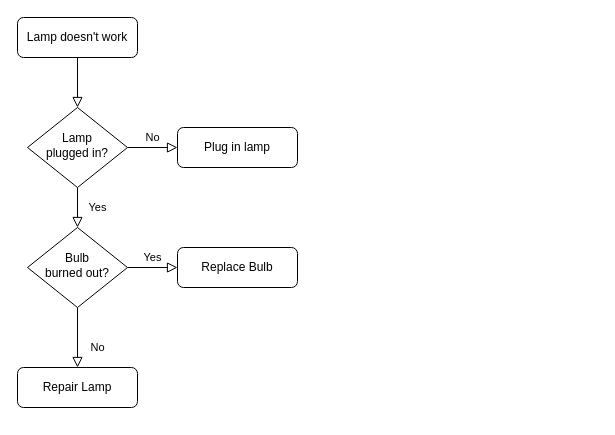
ZestyBuddha/hello-world keeps this draw.io diagram as Hangman.drawio. Above is the earlier version. Source tidied: cells renumbered, new cells numbered last; positions are measured from the earlier drawing's top-left corner, leaving out a move shared by most shapes. Both pictures are drawn from the tidied source at 100%, with x=0, y=0 at pixel (17, 17).
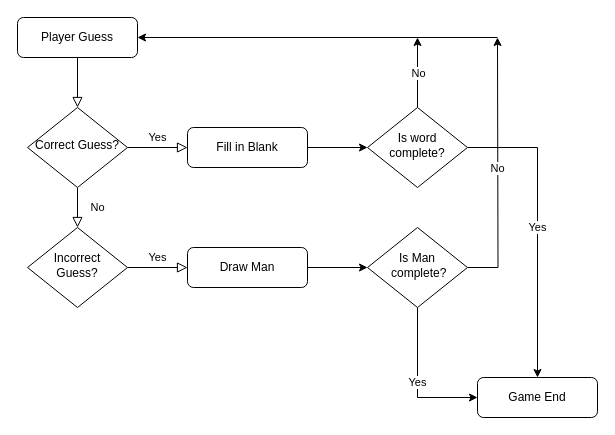
After the change.

Diff of the diagram source:
```diff
@@
-    <mxCell id="3" value="Lamp doesn't work" style="rounded=1;whiteSpace=wrap;html=1;fontSize=12;glass=0;strokeWidth=1;shadow=0;" parent="1" vertex="1">
+    <mxCell id="3" value="Player Guess" style="rounded=1;whiteSpace=wrap;html=1;fontSize=12;glass=0;strokeWidth=1;shadow=0;" parent="1" vertex="1">
       <mxGeometry width="120" height="40" as="geometry" />
     </mxCell>
-    <mxCell id="4" value="Yes" style="rounded=0;html=1;jettySize=auto;fontSize=11;endArrow=block;endFill=0;endSize=8;strokeWidth=1;shadow=0;labelBackgroundColor=none;edgeStyle=orthogonalEdgeStyle;" parent="1" edge="1" source="6" target="10">
+    <mxCell id="4" value="No" style="rounded=0;html=1;jettySize=auto;fontSize=11;endArrow=block;endFill=0;endSize=8;strokeWidth=1;shadow=0;labelBackgroundColor=none;edgeStyle=orthogonalEdgeStyle;" parent="1" edge="1" source="6" target="10">
       <mxGeometry y="20" relative="1" as="geometry" />
     </mxCell>
-    <mxCell id="5" value="No" style="edgeStyle=orthogonalEdgeStyle;rounded=0;html=1;jettySize=auto;fontSize=11;endArrow=block;endFill=0;endSize=8;strokeWidth=1;shadow=0;labelBackgroundColor=none;" parent="1" edge="1" source="6" target="7">
+    <mxCell id="5" value="Yes" style="edgeStyle=orthogonalEdgeStyle;rounded=0;html=1;jettySize=auto;fontSize=11;endArrow=block;endFill=0;endSize=8;strokeWidth=1;shadow=0;labelBackgroundColor=none;" parent="1" edge="1" source="6" target="7">
       <mxGeometry y="10" relative="1" as="geometry" />
     </mxCell>
-    <mxCell id="6" value="Lamp&lt;br&gt;plugged in?" style="rhombus;whiteSpace=wrap;html=1;shadow=0;fontFamily=Helvetica;fontSize=12;align=center;strokeWidth=1;spacing=6;spacingTop=-4;" parent="1" vertex="1">
+    <mxCell id="6" value="Correct Guess?" style="rhombus;whiteSpace=wrap;html=1;shadow=0;fontFamily=Helvetica;fontSize=12;align=center;strokeWidth=1;spacing=6;spacingTop=-4;" parent="1" vertex="1">
       <mxGeometry x="10" y="90" width="100" height="80" as="geometry" />
     </mxCell>
-    <mxCell id="7" value="Plug in lamp" style="rounded=1;whiteSpace=wrap;html=1;fontSize=12;glass=0;strokeWidth=1;shadow=0;" parent="1" vertex="1">
-      <mxGeometry x="160" y="110" width="120" height="40" as="geometry" />
+    <mxCell id="7" value="Fill in Blank" style="rounded=1;whiteSpace=wrap;html=1;fontSize=12;glass=0;strokeWidth=1;shadow=0;" parent="1" vertex="1">
+      <mxGeometry x="170" y="110" width="120" height="40" as="geometry" />
     </mxCell>
-    <mxCell id="8" value="No" style="rounded=0;html=1;jettySize=auto;fontSize=11;endArrow=block;endFill=0;endSize=8;strokeWidth=1;shadow=0;labelBackgroundColor=none;edgeStyle=orthogonalEdgeStyle;" parent="1" edge="1" source="10" target="11">
-      <mxGeometry x="0.33" y="20" relative="1" as="geometry" />
-    </mxCell>
@@
-    <mxCell id="10" value="Bulb&lt;br&gt;burned out?" style="rhombus;whiteSpace=wrap;html=1;shadow=0;fontFamily=Helvetica;fontSize=12;align=center;strokeWidth=1;spacing=6;spacingTop=-4;" parent="1" vertex="1">
+    <mxCell id="10" value="Incorrect Guess?" style="rhombus;whiteSpace=wrap;html=1;shadow=0;fontFamily=Helvetica;fontSize=12;align=center;strokeWidth=1;spacing=6;spacingTop=-4;" parent="1" vertex="1">
       <mxGeometry x="10" y="210" width="100" height="80" as="geometry" />
     </mxCell>
-    <mxCell id="11" value="Repair Lamp" style="rounded=1;whiteSpace=wrap;html=1;fontSize=12;glass=0;strokeWidth=1;shadow=0;" parent="1" vertex="1">
-      <mxGeometry y="350" width="120" height="40" as="geometry" />
+    <mxCell id="11" value="Game End" style="rounded=1;whiteSpace=wrap;html=1;fontSize=12;glass=0;strokeWidth=1;shadow=0;" parent="1" vertex="1">
+      <mxGeometry x="460" y="360" width="120" height="40" as="geometry" />
     </mxCell>
-    <mxCell id="12" value="Replace Bulb" style="rounded=1;whiteSpace=wrap;html=1;fontSize=12;glass=0;strokeWidth=1;shadow=0;" parent="1" vertex="1">
-      <mxGeometry x="160" y="230" width="120" height="40" as="geometry" />
+    <mxCell id="12" value="Draw Man" style="rounded=1;whiteSpace=wrap;html=1;fontSize=12;glass=0;strokeWidth=1;shadow=0;" parent="1" vertex="1">
+      <mxGeometry x="170" y="230" width="120" height="40" as="geometry" />
     </mxCell>
+    <mxCell id="13" value="Yes" style="edgeStyle=orthogonalEdgeStyle;rounded=0;jettySize=auto;html=1;exitX=1;exitY=0.5;exitDx=0;exitDy=0;entryX=0.5;entryY=0;entryDx=0;entryDy=0;" parent="1" edge="1" source="15" target="11">
+      <mxGeometry relative="1" as="geometry" />
+    </mxCell>
+    <mxCell id="14" value="No" style="edgeStyle=orthogonalEdgeStyle;rounded=0;jettySize=auto;html=1;exitX=0.5;exitY=0;exitDx=0;exitDy=0;" parent="1" edge="1" source="15">
+      <mxGeometry relative="1" as="geometry">
+        <mxPoint x="400" y="20" as="targetPoint" />
+      </mxGeometry>
+    </mxCell>
+    <mxCell id="15" value="Is word complete?" style="rhombus;whiteSpace=wrap;html=1;shadow=0;fontFamily=Helvetica;fontSize=12;align=center;strokeWidth=1;spacing=6;spacingTop=-4;" parent="1" vertex="1">
+      <mxGeometry x="350" y="90" width="100" height="80" as="geometry" />
+    </mxCell>
+    <mxCell id="16" value="No" style="edgeStyle=orthogonalEdgeStyle;rounded=0;jettySize=auto;html=1;exitX=1;exitY=0.5;exitDx=0;exitDy=0;" parent="1" edge="1" source="18">
+      <mxGeometry relative="1" as="geometry">
+        <mxPoint x="480" y="20" as="targetPoint" />
+      </mxGeometry>
+    </mxCell>
+    <mxCell id="17" value="Yes" style="edgeStyle=orthogonalEdgeStyle;rounded=0;jettySize=auto;html=1;exitX=0.5;exitY=1;exitDx=0;exitDy=0;entryX=0;entryY=0.5;entryDx=0;entryDy=0;" parent="1" edge="1" source="18" target="11">
+      <mxGeometry relative="1" as="geometry" />
+    </mxCell>
+    <mxCell id="18" value="Is Man &amp;nbsp;complete?" style="rhombus;whiteSpace=wrap;html=1;shadow=0;fontFamily=Helvetica;fontSize=12;align=center;strokeWidth=1;spacing=6;spacingTop=-4;" parent="1" vertex="1">
+      <mxGeometry x="350" y="210" width="100" height="80" as="geometry" />
+    </mxCell>
+    <mxCell id="19" style="endArrow=classic;html=1;rounded=0;entryX=0;entryY=0.5;entryDx=0;entryDy=0;exitX=1;exitY=0.5;exitDx=0;exitDy=0;" parent="1" edge="1" source="12" target="18">
+      <mxGeometry relative="1" as="geometry" />
+    </mxCell>
+    <mxCell id="20" style="endArrow=classic;html=1;rounded=0;entryX=0;entryY=0.5;entryDx=0;entryDy=0;exitX=1;exitY=0.5;exitDx=0;exitDy=0;" parent="1" edge="1" source="7" target="15">
+      <mxGeometry relative="1" as="geometry" />
+    </mxCell>
+    <mxCell id="21" style="endArrow=classic;html=1;rounded=0;entryX=1;entryY=0.5;entryDx=0;entryDy=0;" parent="1" edge="1" target="3">
+      <mxGeometry relative="1" as="geometry">
+        <mxPoint x="480" y="20" as="sourcePoint" />
+      </mxGeometry>
+    </mxCell>
```
